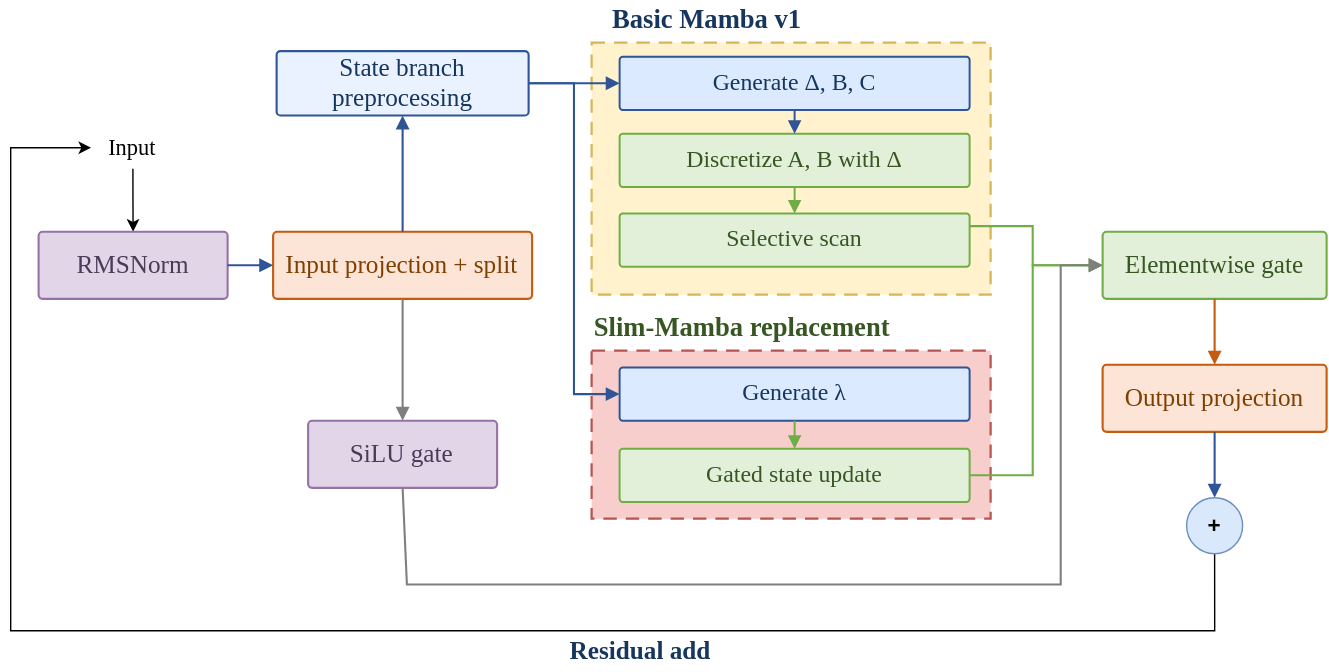
Elison-debug/Cmamba_reconstruct keeps this draw.io diagram as thesis/generated_figures/mamba_v1_slim_replacement.svg. Above is the earlier version. Source tidied: cells renumbered, new cells last; positions are measured from the earlier drawing's top-left corner, leaving out a move shared by most shapes.
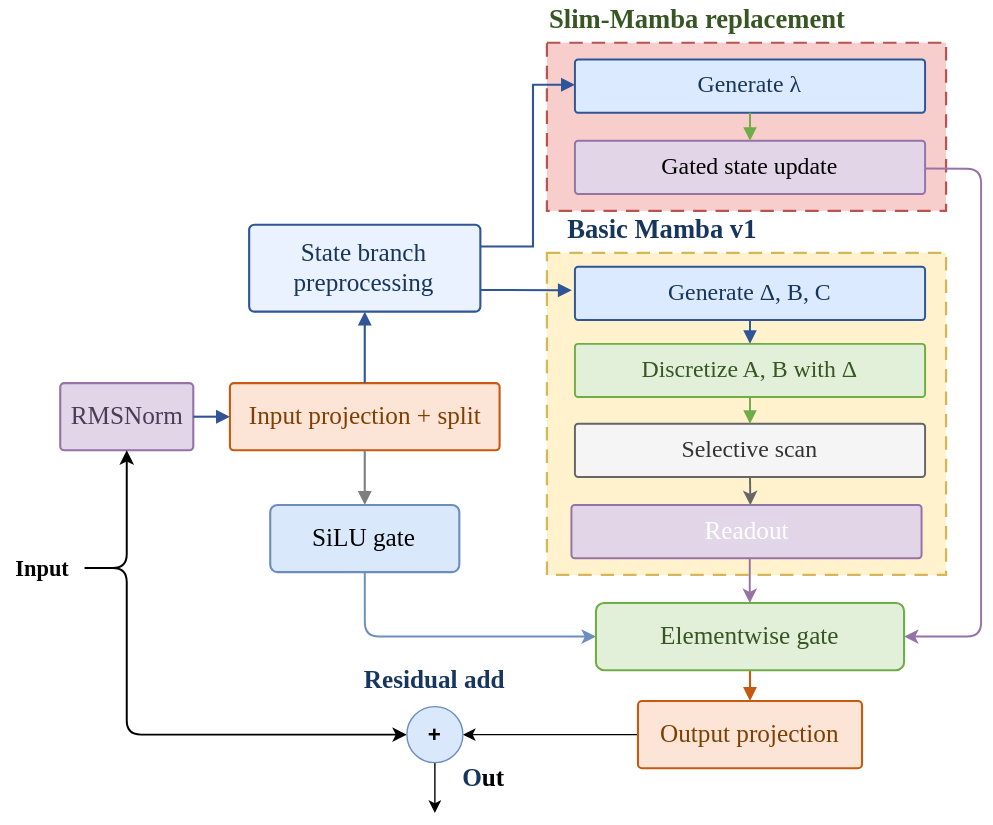
The same diagram one commit later.

Change to the diagram source:
```diff
@@ -3,64 +3,66 @@
     <mxCell id="0" />
     <mxCell id="1" parent="0" />
     <mxCell id="2" style="rounded=0;whiteSpace=wrap;html=1;strokeColor=#d6b656;fillColor=#fff2cc;dashed=1;dashPattern=6 4;fontFamily=Times New Roman;fontSize=18;strokeWidth=1.6;" parent="1" vertex="1">
-      <mxGeometry x="414.9" y="30" width="285" height="180" as="geometry" />
+      <mxGeometry x="410" width="285" height="230" as="geometry" />
     </mxCell>
     <mxCell id="3" value="Basic Mamba v1" style="text;html=1;strokeColor=none;fillColor=none;align=left;verticalAlign=middle;whiteSpace=wrap;rounded=0;fontFamily=Times New Roman;fontSize=19;fontStyle=1;fontColor=#17365D;" parent="1" vertex="1">
-      <mxGeometry x="427.9" width="170" height="28" as="geometry" />
+      <mxGeometry x="423" y="-30" width="170" height="28" as="geometry" />
     </mxCell>
     <mxCell id="4" style="rounded=0;whiteSpace=wrap;html=1;strokeColor=#b85450;fillColor=#f8cecc;dashed=1;dashPattern=6 4;fontFamily=Times New Roman;fontSize=18;strokeWidth=1.6;" parent="1" vertex="1">
-      <mxGeometry x="414.9" y="250" width="285" height="120" as="geometry" />
+      <mxGeometry x="410" y="-150" width="285" height="120" as="geometry" />
     </mxCell>
     <mxCell id="5" value="Slim-Mamba replacement" style="text;html=1;strokeColor=none;fillColor=none;align=left;verticalAlign=middle;whiteSpace=wrap;rounded=0;fontFamily=Times New Roman;fontSize=19;fontStyle=1;fontColor=#375623;" parent="1" vertex="1">
-      <mxGeometry x="414.9" y="220" width="215" height="28" as="geometry" />
+      <mxGeometry x="410" y="-180" width="215" height="28" as="geometry" />
     </mxCell>
-    <mxCell id="6" style="edgeStyle=orthogonalEdgeStyle;rounded=0;jettySize=auto;html=1;exitX=0.5;exitY=0;exitDx=0;exitDy=0;startArrow=classic;startFill=1;endArrow=none;endFill=0;" parent="1" edge="1" source="7">
-      <mxGeometry relative="1" as="geometry">
-        <mxPoint x="87.3" y="120" as="targetPoint" />
-      </mxGeometry>
-    </mxCell>
     <mxCell id="7" value="RMSNorm" style="rounded=1;whiteSpace=wrap;html=1;arcSize=6;strokeColor=#9673A6;fillColor=#E1D5E7;fontFamily=Times New Roman;fontSize=18;fontColor=#4A3B57;strokeWidth=1.5;" parent="1" vertex="1">
-      <mxGeometry x="19.9" y="165" width="135" height="48" as="geometry" />
+      <mxGeometry x="62.5" y="93" width="95" height="48" as="geometry" />
     </mxCell>
     <mxCell id="8" value="Input projection + split" style="rounded=1;whiteSpace=wrap;html=1;arcSize=6;strokeColor=#C55A11;fillColor=#FCE4D6;fontFamily=Times New Roman;fontSize=18;fontColor=#7F3F00;strokeWidth=1.5;" parent="1" vertex="1">
-      <mxGeometry x="187.4" y="165" width="185" height="48" as="geometry" />
+      <mxGeometry x="183.7" y="93" width="192.6" height="48" as="geometry" />
     </mxCell>
     <mxCell id="9" value="State branch preprocessing" style="rounded=1;whiteSpace=wrap;html=1;arcSize=6;strokeColor=#2F5597;fillColor=#EAF2FF;fontFamily=Times New Roman;fontSize=18;fontColor=#17365D;strokeWidth=1.5;" parent="1" vertex="1">
-      <mxGeometry x="189.9" y="36" width="180" height="46" as="geometry" />
+      <mxGeometry x="197.4" y="-20" width="165.1" height="62" as="geometry" />
     </mxCell>
+    <mxCell id="35" style="edgeStyle=none;html=1;fillColor=#dae8fc;strokeColor=#6c8ebf;strokeWidth=1.4;" parent="1" edge="1" source="16">
+      <mxGeometry relative="1" as="geometry">
+        <mxPoint x="620" y="274" as="targetPoint" />
+      </mxGeometry>
+    </mxCell>
-    <mxCell id="10" value="SiLU gate" style="rounded=1;whiteSpace=wrap;html=1;arcSize=6;strokeColor=#9673A6;fillColor=#E1D5E7;fontFamily=Times New Roman;fontSize=18;fontColor=#4A3B57;strokeWidth=1.5;" parent="1" vertex="1">
-      <mxGeometry x="212.4" y="300" width="135" height="48" as="geometry" />
+    <mxCell id="10" value="SiLU gate" style="rounded=1;whiteSpace=wrap;html=1;arcSize=11;strokeColor=#6c8ebf;fillColor=#dae8fc;fontFamily=Times New Roman;fontSize=18;strokeWidth=1.5;" parent="1" vertex="1">
+      <mxGeometry x="212.4" y="180" width="135" height="48" as="geometry" />
     </mxCell>
     <mxCell id="11" value="Generate &amp;Delta;, B, C" style="rounded=1;whiteSpace=wrap;html=1;arcSize=6;strokeColor=#2F5597;fillColor=#DBEAFE;fontFamily=Times New Roman;fontSize=17;fontColor=#17365D;strokeWidth=1.4;" parent="1" vertex="1">
-      <mxGeometry x="434.9" y="40" width="250" height="38" as="geometry" />
+      <mxGeometry x="430" y="10" width="250" height="38" as="geometry" />
     </mxCell>
     <mxCell id="12" value="Discretize A, B with &amp;Delta;" style="rounded=1;whiteSpace=wrap;html=1;arcSize=6;strokeColor=#70AD47;fillColor=#E2F0D9;fontFamily=Times New Roman;fontSize=17;fontColor=#375623;strokeWidth=1.4;" parent="1" vertex="1">
-      <mxGeometry x="434.9" y="95" width="250" height="38" as="geometry" />
+      <mxGeometry x="430" y="65" width="250" height="38" as="geometry" />
     </mxCell>
+    <mxCell id="36" style="edgeStyle=none;html=1;exitX=0.5;exitY=1;exitDx=0;exitDy=0;entryX=0.511;entryY=0.004;entryDx=0;entryDy=0;strokeWidth=1.4;fillColor=#f5f5f5;strokeColor=#666666;entryPerimeter=0;" parent="1" edge="1" source="13" target="42">
+      <mxGeometry relative="1" as="geometry" />
+    </mxCell>
-    <mxCell id="13" value="Selective scan" style="rounded=1;whiteSpace=wrap;html=1;arcSize=6;strokeColor=#70AD47;fillColor=#E2F0D9;fontFamily=Times New Roman;fontSize=17;fontColor=#375623;strokeWidth=1.4;" parent="1" vertex="1">
-      <mxGeometry x="434.9" y="152" width="250" height="38" as="geometry" />
+    <mxCell id="13" value="Selective scan" style="rounded=1;whiteSpace=wrap;html=1;arcSize=6;strokeColor=#666666;fillColor=#f5f5f5;fontFamily=Times New Roman;fontSize=17;strokeWidth=1.4;fontColor=#333333;" parent="1" vertex="1">
+      <mxGeometry x="430" y="122" width="250" height="38" as="geometry" />
     </mxCell>
     <mxCell id="14" value="Generate &amp;lambda;" style="rounded=1;whiteSpace=wrap;html=1;arcSize=6;strokeColor=#2F5597;fillColor=#DBEAFE;fontFamily=Times New Roman;fontSize=17;fontColor=#17365D;strokeWidth=1.4;" parent="1" vertex="1">
-      <mxGeometry x="434.9" y="262" width="250" height="38" as="geometry" />
+      <mxGeometry x="430" y="-138" width="250" height="38" as="geometry" />
     </mxCell>
+    <mxCell id="28" style="edgeStyle=none;html=1;fillColor=#e1d5e7;strokeColor=#9673a6;strokeWidth=1.4;entryX=1;entryY=0.5;entryDx=0;entryDy=0;" parent="1" edge="1" source="15" target="16">
+      <mxGeometry relative="1" as="geometry">
+        <Array as="points">
+          <mxPoint x="720" y="-60" />
+          <mxPoint x="720" y="274" />
+        </Array>
+      </mxGeometry>
+    </mxCell>
-    <mxCell id="15" value="Gated state update" style="rounded=1;whiteSpace=wrap;html=1;arcSize=6;strokeColor=#70AD47;fillColor=#E2F0D9;fontFamily=Times New Roman;fontSize=17;fontColor=#375623;strokeWidth=1.4;" parent="1" vertex="1">
-      <mxGeometry x="434.9" y="320" width="250" height="38" as="geometry" />
+    <mxCell id="15" value="Gated state update" style="rounded=1;whiteSpace=wrap;html=1;arcSize=6;strokeColor=#9673a6;fillColor=#e1d5e7;fontFamily=Times New Roman;fontSize=17;strokeWidth=1.4;" parent="1" vertex="1">
+      <mxGeometry x="430" y="-80" width="250" height="38" as="geometry" />
     </mxCell>
-    <mxCell id="16" value="Elementwise gate" style="rounded=1;whiteSpace=wrap;html=1;arcSize=6;strokeColor=#70AD47;fillColor=#E2F0D9;fontFamily=Times New Roman;fontSize=18;fontColor=#375623;strokeWidth=1.5;" parent="1" vertex="1">
-      <mxGeometry x="779.9" y="165" width="160" height="48" as="geometry" />
-    </mxCell>
+    <mxCell id="37" style="edgeStyle=none;html=1;entryX=1;entryY=0.5;entryDx=0;entryDy=0;" parent="1" edge="1" source="17" target="33">
+      <mxGeometry relative="1" as="geometry" />
+    </mxCell>
     <mxCell id="17" value="Output projection" style="rounded=1;whiteSpace=wrap;html=1;arcSize=6;strokeColor=#C55A11;fillColor=#FCE4D6;fontFamily=Times New Roman;fontSize=18;fontColor=#7F3F00;strokeWidth=1.5;" parent="1" vertex="1">
-      <mxGeometry x="779.9" y="260" width="160" height="48" as="geometry" />
+      <mxGeometry x="475" y="320" width="160" height="48" as="geometry" />
     </mxCell>
-    <mxCell id="18" style="edgeStyle=orthogonalEdgeStyle;rounded=0;jettySize=auto;html=1;exitX=0.5;exitY=1;exitDx=0;exitDy=0;entryX=0;entryY=0.5;entryDx=0;entryDy=0;" parent="1" edge="1" source="33" target="32">
-      <mxGeometry relative="1" as="geometry">
-        <Array as="points">
-          <mxPoint x="859.9" y="450" />
-          <mxPoint x="-0.1" y="450" />
-          <mxPoint x="-0.1" y="105" />
-        </Array>
-      </mxGeometry>
-    </mxCell>
     <mxCell id="19" style="endArrow=block;endFill=1;html=1;rounded=0;strokeColor=#2F5597;strokeWidth=1.5;jumpStyle=arc;jumpSize=8;" parent="1" edge="1" source="7" target="8">
       <mxGeometry relative="1" as="geometry" />
     </mxCell>
@@ -70,7 +72,7 @@
     <mxCell id="21" style="endArrow=block;endFill=1;html=1;rounded=0;strokeColor=#7F7F7F;strokeWidth=1.5;jumpStyle=arc;jumpSize=8;" parent="1" edge="1" source="8" target="10">
       <mxGeometry relative="1" as="geometry" />
     </mxCell>
-    <mxCell id="22" style="endArrow=block;endFill=1;html=1;rounded=0;strokeColor=#2F5597;strokeWidth=1.5;jumpStyle=arc;jumpSize=8;" parent="1" edge="1" source="9" target="11">
+    <mxCell id="22" style="endArrow=block;endFill=1;html=1;rounded=0;strokeColor=#2F5597;strokeWidth=1.5;jumpStyle=arc;jumpSize=8;exitX=1;exitY=0.75;exitDx=0;exitDy=0;entryX=-0.009;entryY=0.44;entryDx=0;entryDy=0;entryPerimeter=0;" parent="1" edge="1" source="9" target="11">
       <mxGeometry relative="1" as="geometry" />
     </mxCell>
     <mxCell id="23" style="endArrow=block;endFill=1;html=1;rounded=0;strokeColor=#2F5597;strokeWidth=1.4;jumpStyle=arc;jumpSize=8;" parent="1" edge="1" source="11" target="12">
@@ -79,53 +81,74 @@
     <mxCell id="24" style="endArrow=block;endFill=1;html=1;rounded=0;strokeColor=#70AD47;strokeWidth=1.4;jumpStyle=arc;jumpSize=8;" parent="1" edge="1" source="12" target="13">
       <mxGeometry relative="1" as="geometry" />
     </mxCell>
-    <mxCell id="25" style="endArrow=block;endFill=1;html=1;rounded=0;strokeColor=#2F5597;strokeWidth=1.5;jumpStyle=arc;jumpSize=8;edgeStyle=orthogonalEdgeStyle;exitX=1;exitY=0.5;exitDx=0;exitDy=0;entryX=0;entryY=0.5;entryDx=0;entryDy=0;" parent="1" edge="1" source="9" target="14">
-      <mxGeometry relative="1" as="geometry" />
+    <mxCell id="25" style="endArrow=block;endFill=1;html=1;rounded=0;strokeColor=#2F5597;strokeWidth=1.5;jumpStyle=arc;jumpSize=8;edgeStyle=orthogonalEdgeStyle;exitX=1;exitY=0.25;exitDx=0;exitDy=0;" parent="1" edge="1" source="9">
+      <mxGeometry relative="1" as="geometry">
+        <mxPoint x="430" y="-120" as="targetPoint" />
+        <Array as="points">
+          <mxPoint x="400" y="-4" />
+          <mxPoint x="400" y="-120" />
+        </Array>
+      </mxGeometry>
     </mxCell>
     <mxCell id="26" style="endArrow=block;endFill=1;html=1;rounded=0;strokeColor=#70AD47;strokeWidth=1.4;jumpStyle=arc;jumpSize=8;" parent="1" edge="1" source="14" target="15">
       <mxGeometry relative="1" as="geometry" />
     </mxCell>
-    <mxCell id="27" style="endArrow=block;endFill=1;html=1;rounded=0;strokeColor=#70AD47;strokeWidth=1.5;jumpStyle=arc;jumpSize=8;edgeStyle=orthogonalEdgeStyle;" parent="1" edge="1" source="13" target="16">
-      <mxGeometry relative="1" as="geometry">
-        <Array as="points">
-          <mxPoint x="729.9" y="161" />
-          <mxPoint x="729.9" y="189" />
-        </Array>
-      </mxGeometry>
-    </mxCell>
-    <mxCell id="28" style="endArrow=block;endFill=1;html=1;rounded=0;strokeColor=#70AD47;strokeWidth=1.5;jumpStyle=arc;jumpSize=8;edgeStyle=orthogonalEdgeStyle;exitX=1;exitY=0.5;exitDx=0;exitDy=0;" parent="1" edge="1" source="15" target="16">
-      <mxGeometry relative="1" as="geometry">
-        <Array as="points">
-          <mxPoint x="729.9" y="339" />
-          <mxPoint x="729.9" y="189" />
-        </Array>
-      </mxGeometry>
-    </mxCell>
-    <mxCell id="29" style="endArrow=block;endFill=1;html=1;rounded=0;strokeColor=#7F7F7F;strokeWidth=1.5;jumpStyle=arc;jumpSize=8;exitX=0.5;exitY=1;exitDx=0;exitDy=0;edgeStyle=orthogonalEdgeStyle;entryX=0;entryY=0.5;entryDx=0;entryDy=0;" parent="1" edge="1" source="10" target="16">
-      <mxGeometry relative="1" as="geometry">
-        <Array as="points">
-          <mxPoint x="282.9" y="417" />
-          <mxPoint x="749.9" y="417" />
-          <mxPoint x="749.9" y="189" />
-        </Array>
-      </mxGeometry>
-    </mxCell>
     <mxCell id="30" style="endArrow=block;endFill=1;html=1;rounded=0;strokeColor=#C55A11;strokeWidth=1.5;jumpStyle=arc;jumpSize=8;" parent="1" edge="1" source="16" target="17">
       <mxGeometry relative="1" as="geometry" />
     </mxCell>
-    <mxCell id="31" style="endArrow=block;endFill=1;html=1;rounded=0;strokeColor=#2F5597;strokeWidth=1.5;jumpStyle=arc;jumpSize=8;" parent="1" edge="1" source="17">
-      <mxGeometry relative="1" as="geometry">
-        <mxPoint x="859.9" y="355" as="targetPoint" />
-      </mxGeometry>
-    </mxCell>
+    <mxCell id="38" style="edgeStyle=none;html=1;entryX=0;entryY=0.5;entryDx=0;entryDy=0;strokeWidth=1.4;" parent="1" edge="1" source="32" target="33">
+      <mxGeometry relative="1" as="geometry">
+        <Array as="points">
+          <mxPoint x="110" y="225" />
+          <mxPoint x="110" y="344" />
+        </Array>
+      </mxGeometry>
+    </mxCell>
+    <mxCell id="39" style="edgeStyle=none;html=1;entryX=0.5;entryY=1;entryDx=0;entryDy=0;strokeWidth=1.4;" parent="1" edge="1" source="32" target="7">
+      <mxGeometry relative="1" as="geometry">
+        <Array as="points">
+          <mxPoint x="110" y="225" />
+        </Array>
+      </mxGeometry>
+    </mxCell>
-    <mxCell id="32" value="&lt;font style=&quot;font-size: 16px;&quot; face=&quot;Times New Roman&quot;&gt;Input&lt;/font&gt;" style="text;html=1;whiteSpace=wrap;strokeColor=none;fillColor=none;align=center;verticalAlign=middle;rounded=0;" parent="1" vertex="1">
-      <mxGeometry x="57.4" y="90" width="60" height="30" as="geometry" />
+    <mxCell id="32" value="&lt;font style=&quot;font-size: 16px;&quot; face=&quot;Times New Roman&quot;&gt;&lt;b&gt;Input&lt;/b&gt;&lt;/font&gt;" style="text;html=1;whiteSpace=wrap;strokeColor=none;fillColor=none;align=center;verticalAlign=middle;rounded=0;" parent="1" vertex="1">
+      <mxGeometry x="20" y="210" width="60" height="30" as="geometry" />
     </mxCell>
+    <mxCell id="40" style="edgeStyle=none;html=1;" parent="1" edge="1" source="33">
+      <mxGeometry relative="1" as="geometry">
+        <mxPoint x="330" y="400" as="targetPoint" />
+      </mxGeometry>
+    </mxCell>
     <mxCell id="33" value="&lt;b&gt;&lt;font style=&quot;font-size: 16px;&quot;&gt;+&lt;/font&gt;&lt;/b&gt;" style="ellipse;whiteSpace=wrap;html=1;fillColor=#dae8fc;strokeColor=#6c8ebf;" parent="1" vertex="1">
-      <mxGeometry x="839.9" y="355" width="40" height="40" as="geometry" />
+      <mxGeometry x="310" y="324" width="40" height="40" as="geometry" />
     </mxCell>
     <mxCell id="34" value="&lt;span style=&quot;color: rgb(23, 54, 93); font-family: &amp;quot;Times New Roman&amp;quot;; font-size: 18px;&quot;&gt;&lt;b&gt;Residual add&lt;/b&gt;&lt;/span&gt;" style="text;html=1;whiteSpace=wrap;strokeColor=none;fillColor=none;align=center;verticalAlign=middle;rounded=0;" parent="1" vertex="1">
-      <mxGeometry x="389.9" y="450" width="120" height="30" as="geometry" />
+      <mxGeometry x="270" y="290" width="120" height="30" as="geometry" />
     </mxCell>
+    <mxCell id="41" style="edgeStyle=none;html=1;entryX=0.5;entryY=0;entryDx=0;entryDy=0;fillColor=#e1d5e7;strokeColor=#9673a6;strokeWidth=1.4;exitX=0.75;exitY=1;exitDx=0;exitDy=0;" parent="1" edge="1">
+      <mxGeometry relative="1" as="geometry">
+        <mxPoint x="554.8" y="218" as="sourcePoint" />
+        <mxPoint x="554.8" y="250" as="targetPoint" />
+        <Array as="points">
+          <mxPoint x="554.8" y="230" />
+        </Array>
+      </mxGeometry>
+    </mxCell>
+    <mxCell id="42" value="&lt;span style=&quot;color: rgb(255, 255, 255); text-align: start; background-color: oklab(0.999994 0.0000455678 0.0000200868 / 0.0470588);&quot;&gt;&lt;font face=&quot;Times New Roman&quot; style=&quot;font-size: 18px;&quot;&gt;Readout&lt;/font&gt;&lt;/span&gt;" style="rounded=1;whiteSpace=wrap;html=1;arcSize=6;strokeColor=#9673a6;fillColor=#e1d5e7;fontFamily=Times New Roman;fontSize=17;strokeWidth=1.4;" parent="1" vertex="1">
+      <mxGeometry x="427.5" y="180" width="250" height="38" as="geometry" />
+    </mxCell>
+    <mxCell id="43" value="&lt;span style=&quot;color: rgb(23, 54, 93); font-family: &amp;quot;Times New Roman&amp;quot;; font-size: 18px;&quot;&gt;&lt;b&gt;O&lt;/b&gt;&lt;/span&gt;&lt;b style=&quot;font-family: &amp;quot;Times New Roman&amp;quot;; font-size: 18px; background-color: transparent;&quot;&gt;ut&lt;/b&gt;" style="text;html=1;whiteSpace=wrap;strokeColor=none;fillColor=none;align=center;verticalAlign=middle;rounded=0;" parent="1" vertex="1">
+      <mxGeometry x="340" y="360" width="50" height="30" as="geometry" />
+    </mxCell>
+    <mxCell id="29" style="edgeStyle=none;html=1;fillColor=#dae8fc;strokeColor=#6c8ebf;strokeWidth=1.4;" parent="1" edge="1" source="10" target="16">
+      <mxGeometry relative="1" as="geometry">
+        <Array as="points">
+          <mxPoint x="280" y="274" />
+        </Array>
+      </mxGeometry>
+    </mxCell>
+    <mxCell id="16" value="Elementwise gate" style="rounded=1;whiteSpace=wrap;html=1;arcSize=12;strokeColor=#70AD47;fillColor=#E2F0D9;fontFamily=Times New Roman;fontSize=18;fontColor=#375623;strokeWidth=1.5;" parent="1" vertex="1">
+      <mxGeometry x="445" y="250" width="220" height="48" as="geometry" />
+    </mxCell>
   </root>
 </mxGraphModel>
```
